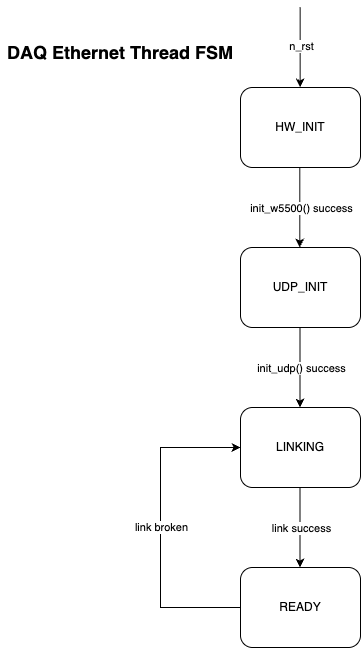
This is source/daq/ethernet/ethernet_FSM.drawio.png from PurdueElectricRacing/firmware, a draw.io export, as it was before one commit. Source tidied: cells renumbered, new cells last; positions are measured from the earlier drawing's top-left corner, leaving out a move shared by most shapes.
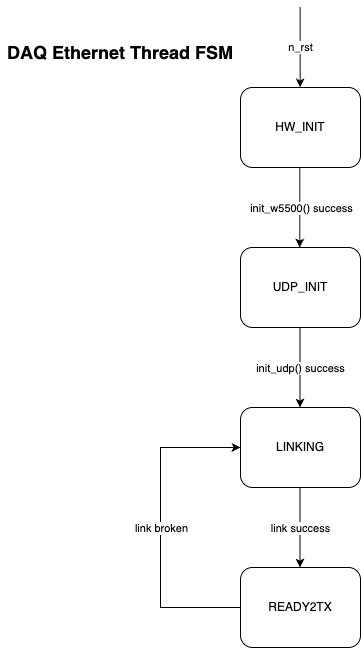
After the change.

Diff of the diagram source:
```diff
@@ -51,7 +51,7 @@
     <mxCell id="11" value="LINKING" style="rounded=1;whiteSpace=wrap;html=1;" parent="1" vertex="1">
       <mxGeometry x="240" y="400" width="120" height="80" as="geometry" />
     </mxCell>
-    <mxCell id="12" value="READY" style="rounded=1;whiteSpace=wrap;html=1;" parent="1" vertex="1">
+    <mxCell id="12" value="READY2TX" style="rounded=1;whiteSpace=wrap;html=1;" parent="1" vertex="1">
       <mxGeometry x="240" y="560" width="120" height="80" as="geometry" />
     </mxCell>
     <mxCell id="13" style="endArrow=classic;html=1;rounded=0;curved=0;" parent="1" edge="1">
```
